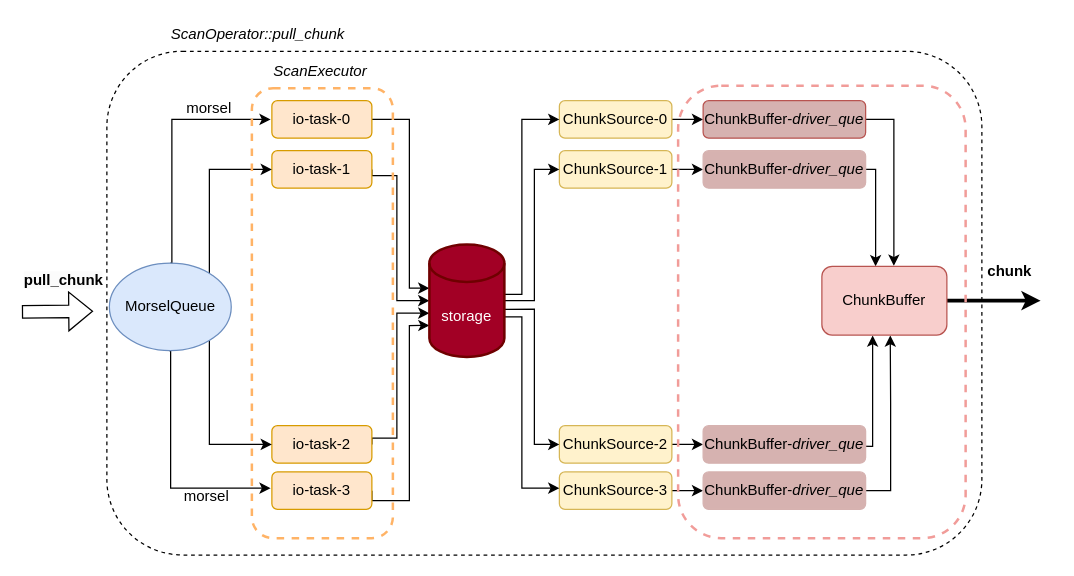
Before: StarRocks/Pipeline-OlapScanOperator-3.drawio in szza/szza.github.io.images, a draw.io diagram. Source tidied: cells renumbered, new cells numbered last; positions are measured from the earlier drawing's top-left corner, leaving out a move shared by most shapes. Both pictures are drawn from the tidied source at 125%, with x=0, y=0 at pixel (21, 21).
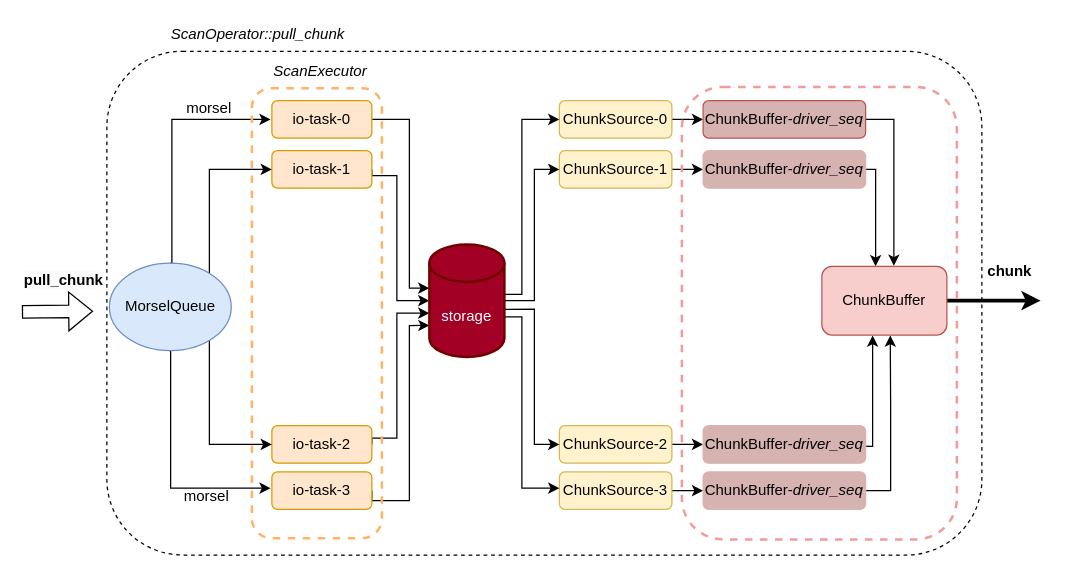
The same page after the edit.

Commit message (it also covers changes not shown here):
modify /Pipeline-OlapScanOperator images

What changed in the source:
```diff
@@
-    <mxCell id="37" value="ChunkBuffer-&lt;i&gt;driver_que&lt;/i&gt;" style="rounded=1;whiteSpace=wrap;html=1;fillColor=#D6B2B0;strokeColor=#b85450;" parent="1" vertex="1">
+    <mxCell id="37" value="ChunkBuffer-&lt;i&gt;driver_seq&lt;/i&gt;" style="rounded=1;whiteSpace=wrap;html=1;fillColor=#D6B2B0;strokeColor=#b85450;" parent="1" vertex="1">
       <mxGeometry x="545" y="63" width="130" height="30" as="geometry" />
     </mxCell>
-    <mxCell id="38" value="ChunkBuffer-&lt;i&gt;driver_que&lt;/i&gt;" style="rounded=1;whiteSpace=wrap;html=1;fillColor=#D6B2B0;strokeColor=#D6B2B0;" parent="1" vertex="1">
+    <mxCell id="38" value="ChunkBuffer-&lt;i&gt;driver_seq&lt;/i&gt;" style="rounded=1;whiteSpace=wrap;html=1;fillColor=#D6B2B0;strokeColor=#D6B2B0;" parent="1" vertex="1">
       <mxGeometry x="545" y="103" width="130" height="30" as="geometry" />
     </mxCell>
-    <mxCell id="39" value="ChunkBuffer-&lt;i style=&quot;border-color: var(--border-color);&quot;&gt;driver_que&lt;/i&gt;" style="rounded=1;whiteSpace=wrap;html=1;fillColor=#D6B2B0;strokeColor=#D6B2B0;" parent="1" vertex="1">
+    <mxCell id="39" value="ChunkBuffer-&lt;i style=&quot;border-color: var(--border-color);&quot;&gt;driver_seq&lt;/i&gt;" style="rounded=1;whiteSpace=wrap;html=1;fillColor=#D6B2B0;strokeColor=#D6B2B0;" parent="1" vertex="1">
       <mxGeometry x="545" y="323" width="130" height="30" as="geometry" />
     </mxCell>
-    <mxCell id="40" value="ChunkBuffer-&lt;i style=&quot;border-color: var(--border-color);&quot;&gt;driver_que&lt;/i&gt;" style="rounded=1;whiteSpace=wrap;html=1;fillColor=#D6B2B0;strokeColor=#D6B2B0;" parent="1" vertex="1">
+    <mxCell id="40" value="ChunkBuffer-&lt;i style=&quot;border-color: var(--border-color);&quot;&gt;driver_seq&lt;/i&gt;" style="rounded=1;whiteSpace=wrap;html=1;fillColor=#D6B2B0;strokeColor=#D6B2B0;" parent="1" vertex="1">
       <mxGeometry x="545" y="360" width="130" height="30" as="geometry" />
     </mxCell>
@@
     <mxCell id="45" style="rounded=1;whiteSpace=wrap;html=1;fillColor=none;dashed=1;strokeColor=#FFB366;strokeWidth=2;" parent="1" vertex="1">
-      <mxGeometry x="184" y="53" width="112.8" height="360" as="geometry" />
+      <mxGeometry x="184" y="53" width="104" height="360" as="geometry" />
     </mxCell>
@@
     <mxCell id="47" style="rounded=1;whiteSpace=wrap;html=1;fillColor=none;dashed=1;strokeColor=#F19C99;strokeWidth=2;" parent="1" vertex="1">
-      <mxGeometry x="525" y="51" width="230" height="362" as="geometry" />
+      <mxGeometry x="528" y="52" width="220" height="362" as="geometry" />
     </mxCell>
```
